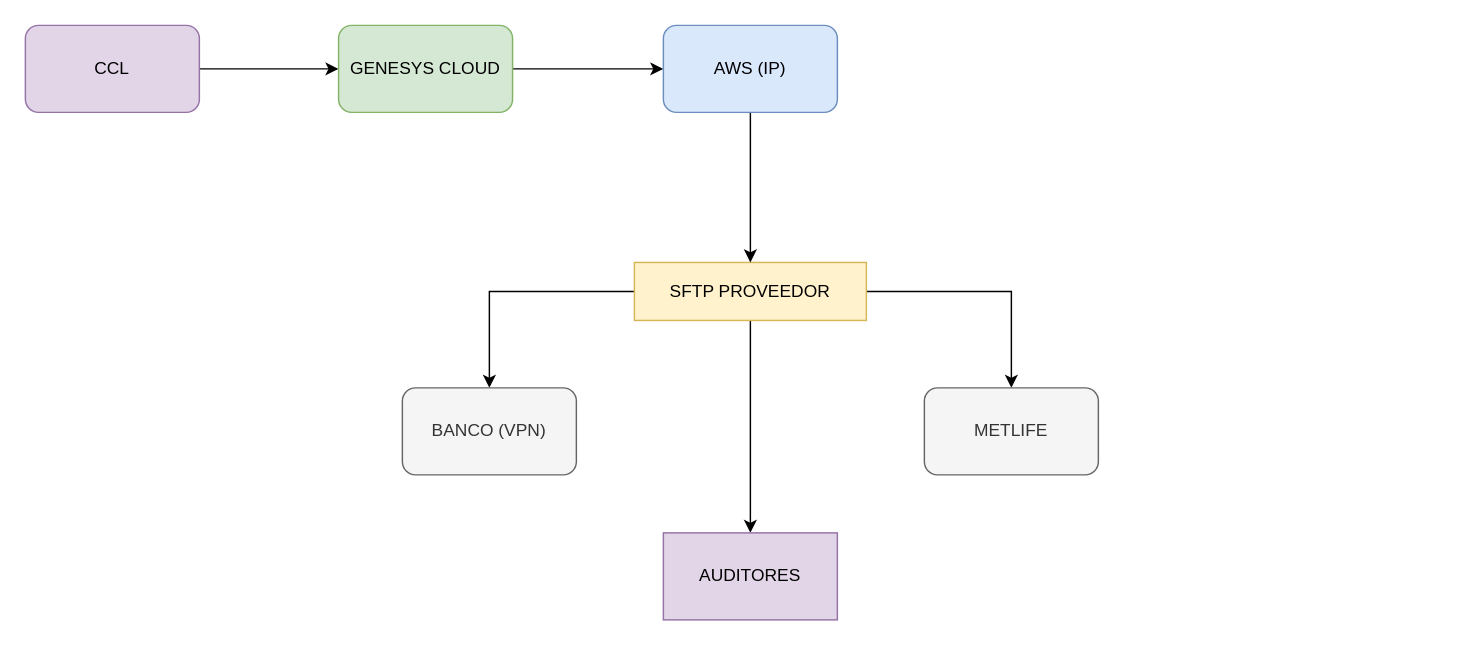
The draw.io diagram Diagrama sin título.drawio in nonate/personalProject, before the edit. Source tidied: cells renumbered, new cells numbered last; positions are measured from the earlier drawing's top-left corner, leaving out a move shared by most shapes. Both pictures are drawn from the tidied source at 145%, with x=0, y=0 at pixel (25, 25).
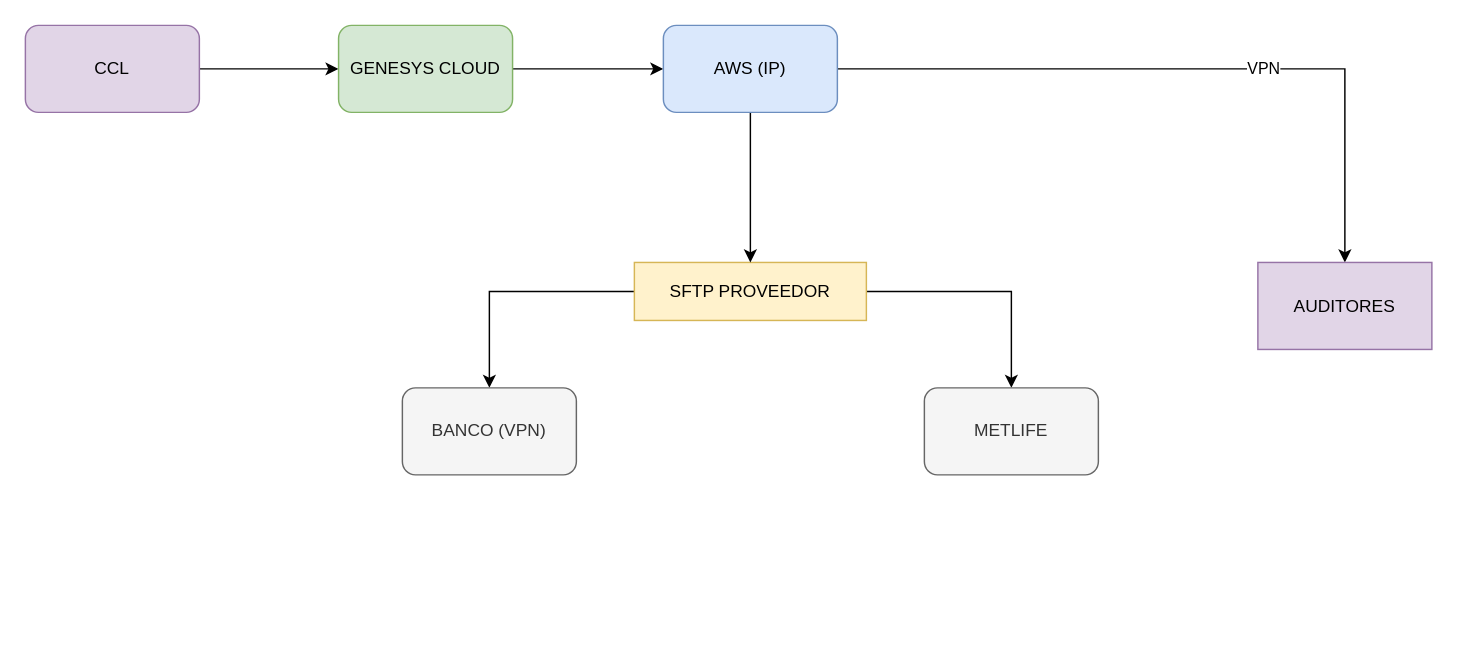
Above is the later version.

The edit, as a diff of the source:
```diff
@@
 <mxGraphModel>
   <root>
     <mxCell id="0" />
     <mxCell id="1" parent="0" />
     <mxCell id="2" style="edgeStyle=orthogonalEdgeStyle;rounded=0;jettySize=auto;html=1;" parent="1" edge="1" source="5" target="6">
       <mxGeometry relative="1" as="geometry" />
     </mxCell>
     <mxCell id="3" style="edgeStyle=orthogonalEdgeStyle;rounded=0;jettySize=auto;html=1;" parent="1" edge="1" source="5" target="7">
       <mxGeometry relative="1" as="geometry" />
     </mxCell>
-    <mxCell id="4" style="edgeStyle=orthogonalEdgeStyle;rounded=0;jettySize=auto;html=1;entryX=0.5;entryY=0;entryDx=0;entryDy=0;" parent="1" edge="1" source="5" target="14">
-      <mxGeometry relative="1" as="geometry" />
-    </mxCell>
     <mxCell id="5" value="SFTP PROVEEDOR" style="rounded=0;whiteSpace=wrap;html=1;fillColor=#fff2cc;strokeColor=#d6b656;gradientColor=none;" parent="1" vertex="1">
       <mxGeometry x="420" y="163.5" width="160" height="40" as="geometry" />
     </mxCell>
     <mxCell id="6" value="METLIFE" style="rounded=1;whiteSpace=wrap;html=1;fillColor=#f5f5f5;fontColor=#333333;strokeColor=#666666;" parent="1" vertex="1">
       <mxGeometry x="620" y="250" width="120" height="60" as="geometry" />
     </mxCell>
+    <mxCell id="15" style="edgeStyle=orthogonalEdgeStyle;rounded=0;jettySize=auto;html=1;exitX=1;exitY=0.5;exitDx=0;exitDy=0;" parent="1" edge="1" source="13" target="14">
+      <mxGeometry relative="1" as="geometry">
+        <Array as="points">
+          <mxPoint x="910" y="30" />
+        </Array>
+      </mxGeometry>
+    </mxCell>
+    <mxCell id="16" value="VPN" style="edgeLabel;html=1;align=center;verticalAlign=middle;" parent="15" vertex="1">
+      <mxGeometry x="0.21" y="1" relative="1" as="geometry" />
+    </mxCell>
     <mxCell id="7" value="BANCO (VPN)" style="rounded=1;whiteSpace=wrap;html=1;fillColor=#f5f5f5;fontColor=#333333;strokeColor=#666666;" parent="1" vertex="1">
       <mxGeometry x="260" y="250" width="120" height="60" as="geometry" />
     </mxCell>
     <mxCell id="8" style="edgeStyle=orthogonalEdgeStyle;rounded=0;jettySize=auto;html=1;" parent="1" edge="1" source="9" target="11">
       <mxGeometry relative="1" as="geometry" />
     </mxCell>
     <mxCell id="9" value="CCL" style="rounded=1;whiteSpace=wrap;html=1;fillColor=#e1d5e7;strokeColor=#9673a6;" parent="1" vertex="1">
       <mxGeometry width="120" height="60" as="geometry" />
     </mxCell>
     <mxCell id="10" style="edgeStyle=orthogonalEdgeStyle;rounded=0;jettySize=auto;html=1;" parent="1" edge="1" source="11" target="13">
       <mxGeometry relative="1" as="geometry" />
     </mxCell>
     <mxCell id="11" value="GENESYS CLOUD" style="rounded=1;whiteSpace=wrap;html=1;fillColor=#d5e8d4;strokeColor=#82b366;" parent="1" vertex="1">
       <mxGeometry x="216" width="120" height="60" as="geometry" />
     </mxCell>
     <mxCell id="12" style="edgeStyle=orthogonalEdgeStyle;rounded=0;jettySize=auto;html=1;entryX=0.5;entryY=0;entryDx=0;entryDy=0;" parent="1" edge="1" source="13" target="5">
       <mxGeometry relative="1" as="geometry" />
     </mxCell>
     <mxCell id="13" value="AWS (IP)" style="rounded=1;whiteSpace=wrap;html=1;fillColor=#dae8fc;strokeColor=#6c8ebf;" parent="1" vertex="1">
       <mxGeometry x="440" width="120" height="60" as="geometry" />
     </mxCell>
     <mxCell id="14" value="AUDITORES" style="rounded=0;whiteSpace=wrap;html=1;fillColor=#e1d5e7;strokeColor=#9673a6;" parent="1" vertex="1">
-      <mxGeometry x="440" y="350" width="120" height="60" as="geometry" />
+      <mxGeometry x="850" y="163.5" width="120" height="60" as="geometry" />
     </mxCell>
   </root>
 </mxGraphModel>
```
